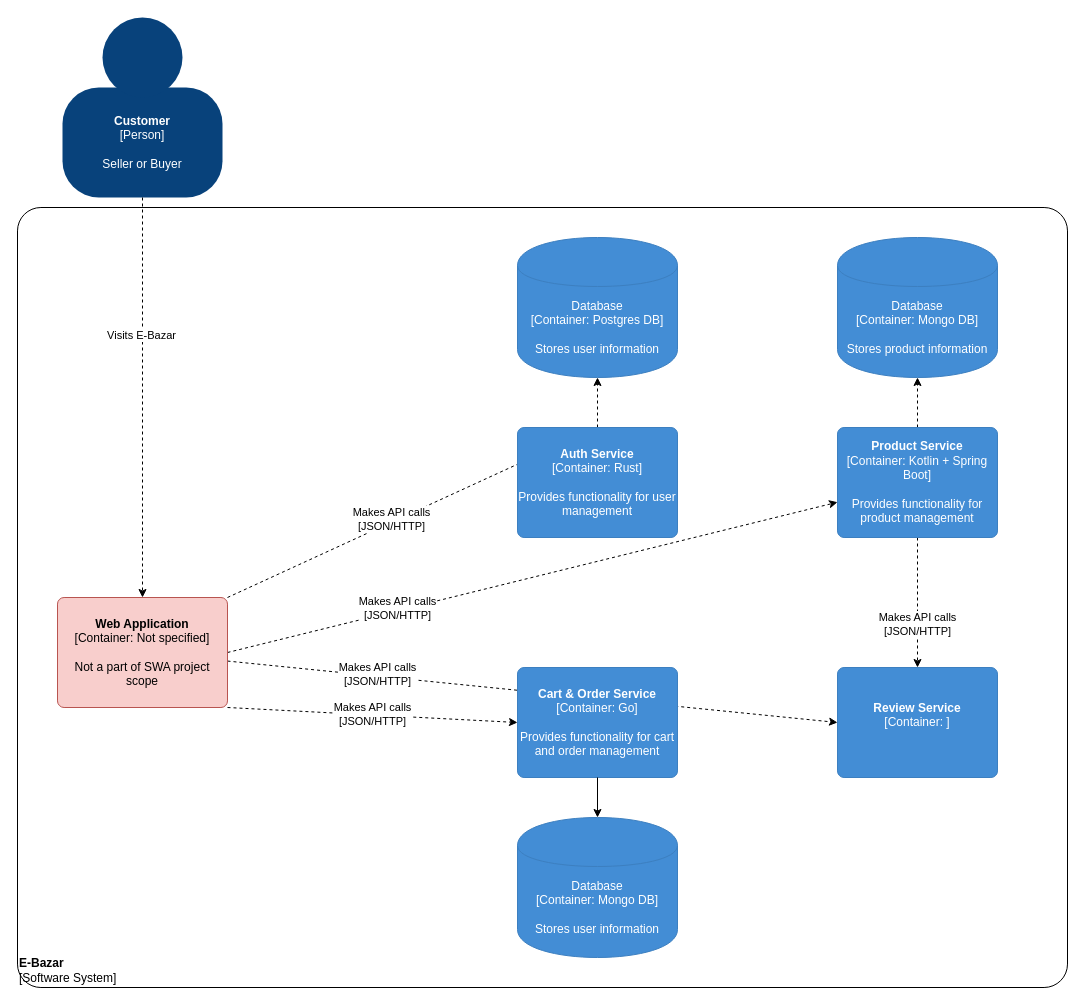
This is architecture/Container-Diagram.drawio from Pryx/swa-semestral-project, a draw.io file, before an edit. Source tidied: cells renumbered, new cells numbered last; positions are measured from the earlier drawing's top-left corner, leaving out a move shared by most shapes. Both pictures are drawn from the tidied source at 100%, with x=0, y=0 at pixel (17, 17).
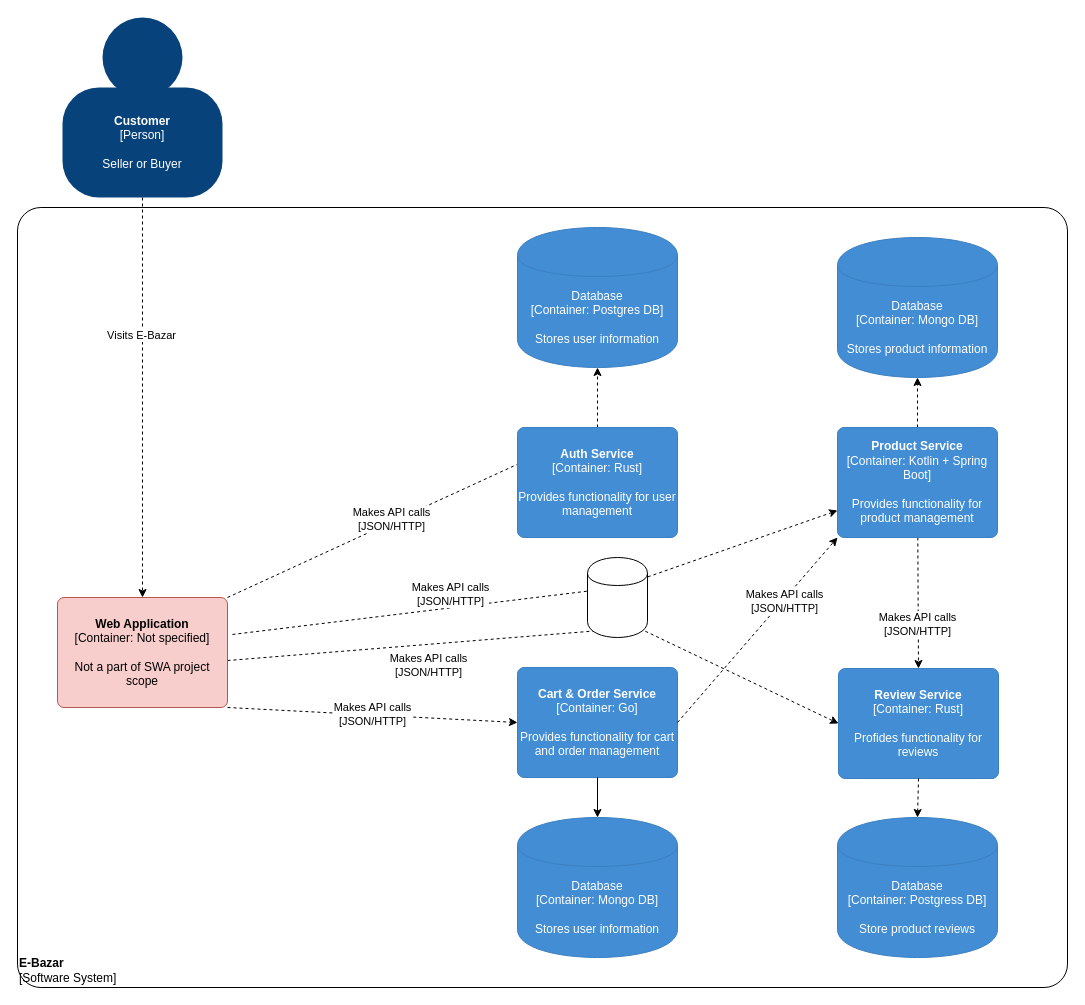
After the change.

Commit message (it also covers changes not shown here):
Fix Container diagram

Unchanged cells that the change refers to:
```xml
<mxCell id="13" value="&lt;span&gt;&lt;b&gt;Web Application&lt;/b&gt;&lt;/span&gt;&lt;div&gt;[Container:&amp;nbsp;&lt;span&gt;Not specified&lt;/span&gt;&lt;span&gt;]&lt;/span&gt;&lt;/div&gt;&lt;div&gt;&lt;br&gt;&lt;/div&gt;&lt;div&gt;Not a part of SWA project scope&lt;/div&gt;" style="rounded=1;whiteSpace=wrap;html=1;labelBackgroundColor=none;fillColor=#f8cecc;align=center;arcSize=6;strokeColor=#b85450;" parent="1" vertex="1">
  <mxGeometry x="40" y="580" width="170" height="110" as="geometry" />
</mxCell>
<mxCell id="19" value="&lt;span&gt;&lt;b&gt;Product Service&lt;/b&gt;&lt;/span&gt;&lt;div&gt;[Container:&amp;nbsp;&lt;span&gt;Kotlin + Spring Boot&lt;/span&gt;&lt;span&gt;]&lt;/span&gt;&lt;/div&gt;&lt;div&gt;&lt;br&gt;&lt;/div&gt;&lt;div&gt;Provides functionality for product management&lt;/div&gt;" style="rounded=1;whiteSpace=wrap;html=1;labelBackgroundColor=none;fillColor=#438dd5;fontColor=#ffffff;align=center;arcSize=6;strokeColor=#3c7fc0;" parent="1" vertex="1">
  <mxGeometry x="820" y="410" width="160" height="110" as="geometry" />
</mxCell>
<mxCell id="24" value="&lt;span&gt;&lt;b&gt;Cart &amp; Order Service&lt;/b&gt;&lt;/span&gt;&lt;div&gt;[Container:&amp;nbsp;&lt;span&gt;Go&lt;/span&gt;&lt;span&gt;]&lt;/span&gt;&lt;/div&gt;&lt;div&gt;&lt;br&gt;&lt;/div&gt;&lt;div&gt;Provides functionality for cart and order management&lt;/div&gt;" style="rounded=1;whiteSpace=wrap;html=1;labelBackgroundColor=none;fillColor=#438dd5;fontColor=#ffffff;align=center;arcSize=6;strokeColor=#3c7fc0;" parent="1" vertex="1">
  <mxGeometry x="500" y="650" width="160" height="110" as="geometry" />
</mxCell>
```

The edit, as a diff of the source:
```diff
@@
-    <mxCell id="6" style="edgeStyle=none;rounded=0;jettySize=auto;html=1;fontColor=#000000;dashed=1;exitX=1;exitY=0.5;exitDx=0;exitDy=0;" parent="1" edge="1" source="13" target="19">
-      <mxGeometry relative="1" as="geometry" />
+    <mxCell id="6" style="edgeStyle=none;rounded=0;jettySize=auto;html=1;fontColor=#000000;dashed=1;exitX=1.029;exitY=0.336;exitDx=0;exitDy=0;exitPerimeter=0;" parent="1" edge="1" source="13" target="19">
+      <mxGeometry relative="1" as="geometry">
+        <Array as="points">
+          <mxPoint x="600" y="570" />
+        </Array>
+      </mxGeometry>
     </mxCell>
     <mxCell id="7" value="Makes API calls&lt;br&gt;[JSON/HTTP]" style="edgeLabel;html=1;align=center;verticalAlign=middle;fontColor=#000000;" parent="6" vertex="1">
       <mxGeometry x="0.13" y="1" relative="1" as="geometry">
-        <mxPoint x="-175.4" y="41.1" as="offset" />
+        <mxPoint x="-131.2" y="3.1" as="offset" />
       </mxGeometry>
     </mxCell>
@@
-    <mxCell id="11" style="edgeStyle=none;rounded=0;jettySize=auto;html=1;entryX=0;entryY=0.5;entryDx=0;entryDy=0;dashed=1;fontColor=#000000;" parent="1" edge="1" source="13" target="27">
-      <mxGeometry relative="1" as="geometry" />
+    <mxCell id="11" style="edgeStyle=none;rounded=0;jettySize=auto;html=1;entryX=0;entryY=0.5;entryDx=0;entryDy=0;dashed=1;fontColor=#000000;exitX=1;exitY=0.573;exitDx=0;exitDy=0;exitPerimeter=0;" parent="1" edge="1" source="13" target="27">
+      <mxGeometry relative="1" as="geometry">
+        <Array as="points">
+          <mxPoint x="620" y="610" />
+        </Array>
+      </mxGeometry>
     </mxCell>
     <mxCell id="12" value="Makes API calls&lt;br&gt;[JSON/HTTP]" style="edgeLabel;html=1;align=center;verticalAlign=middle;fontColor=#000000;" parent="11" vertex="1">
-      <mxGeometry x="-0.51" y="2" relative="1" as="geometry" />
+      <mxGeometry x="-0.51" y="2" relative="1" as="geometry">
+        <mxPoint x="46.3" y="19.1" as="offset" />
+      </mxGeometry>
     </mxCell>
@@
     <mxCell id="23" value="&lt;span&gt;Database&lt;/span&gt;&lt;div&gt;[Container:&amp;nbsp;Postgres DB]&lt;/div&gt;&lt;div&gt;&lt;br&gt;&lt;/div&gt;&lt;div&gt;Stores user information&lt;/div&gt;" style="shape=cylinder;whiteSpace=wrap;html=1;boundedLbl=1;rounded=0;labelBackgroundColor=none;fillColor=#438dd5;fontSize=12;fontColor=#ffffff;align=center;strokeColor=#3c7fc0;" parent="1" vertex="1">
-      <mxGeometry x="500" y="220" width="160" height="140" as="geometry" />
+      <mxGeometry x="500" y="210" width="160" height="140" as="geometry" />
     </mxCell>
@@
-    <mxCell id="27" value="&lt;span&gt;&lt;b&gt;Review Service&lt;/b&gt;&lt;/span&gt;&lt;div&gt;[Container:&amp;nbsp;&lt;span&gt;&lt;/span&gt;&lt;span&gt;]&lt;/span&gt;&lt;/div&gt;&lt;div&gt;&lt;br&gt;&lt;/div&gt;&lt;div&gt;&lt;/div&gt;" style="rounded=1;whiteSpace=wrap;html=1;labelBackgroundColor=none;fillColor=#438dd5;fontColor=#ffffff;align=center;arcSize=6;strokeColor=#3c7fc0;" parent="1" vertex="1">
-      <mxGeometry x="820" y="650" width="160" height="110" as="geometry" />
+    <mxCell id="27" value="&lt;span&gt;&lt;b&gt;Review Service&lt;/b&gt;&lt;/span&gt;&lt;div&gt;[Container: Rust&lt;span&gt;&lt;/span&gt;&lt;span&gt;]&lt;/span&gt;&lt;/div&gt;&lt;div&gt;&lt;br&gt;&lt;/div&gt;&lt;div&gt;Profides functionality for reviews&lt;/div&gt;&lt;div&gt;&lt;/div&gt;" style="rounded=1;whiteSpace=wrap;html=1;labelBackgroundColor=none;fillColor=#438dd5;fontColor=#ffffff;align=center;arcSize=6;strokeColor=#3c7fc0;" parent="1" vertex="1">
+      <mxGeometry x="821" y="651" width="160" height="110" as="geometry" />
     </mxCell>
+    <mxCell id="28" style="edgeStyle=none;rounded=0;jettySize=auto;html=1;entryX=0;entryY=1;entryDx=0;entryDy=0;dashed=1;fontColor=#000000;exitX=1;exitY=0.5;exitDx=0;exitDy=0;" parent="1" edge="1" source="24" target="19">
+      <mxGeometry relative="1" as="geometry" />
+    </mxCell>
+    <mxCell id="29" value="Makes API calls&lt;br&gt;[JSON/HTTP]" style="edgeLabel;html=1;align=center;verticalAlign=middle;fontColor=#000000;" parent="28" vertex="1">
+      <mxGeometry x="0.32" y="-1" relative="1" as="geometry" />
+    </mxCell>
+    <mxCell id="30" style="shape=cylinder;whiteSpace=wrap;html=1;boundedLbl=1;backgroundOutline=1;" parent="1" vertex="1">
+      <mxGeometry x="570" y="540" width="60" height="80" as="geometry" />
+    </mxCell>
+    <mxCell id="31" value="&lt;span&gt;&lt;font color=&quot;#ffffff&quot;&gt;Database&lt;/font&gt;&lt;/span&gt;&lt;div&gt;&lt;font color=&quot;#ffffff&quot;&gt;[Container:&amp;nbsp;Postgress DB]&lt;/font&gt;&lt;/div&gt;&lt;font color=&quot;#ffffff&quot;&gt;&lt;br&gt;&lt;/font&gt;&lt;div&gt;&lt;font color=&quot;#ffffff&quot;&gt;Store product reviews&lt;/font&gt;&lt;/div&gt;" style="shape=cylinder;whiteSpace=wrap;html=1;boundedLbl=1;rounded=0;labelBackgroundColor=none;fillColor=#438DD5;fontSize=12;fontColor=#000000;align=center;strokeColor=#3C7FC0;points=[[0.5,0,0],[1,0.25,0],[1,0.5,0],[1,0.75,0],[0.5,1,0],[0,0.75,0],[0,0.5,0],[0,0.25,0]];" parent="1" vertex="1">
+      <mxGeometry x="820" y="800" width="160" height="140" as="geometry" />
+    </mxCell>
+    <mxCell id="32" style="edgeStyle=none;rounded=0;jettySize=auto;html=1;entryX=0.5;entryY=0;entryDx=0;entryDy=0;dashed=1;fontColor=#000000;entryPerimeter=0;exitX=0.5;exitY=1;exitDx=0;exitDy=0;" parent="1" edge="1" source="27" target="31">
+      <mxGeometry relative="1" as="geometry" />
+    </mxCell>
```
